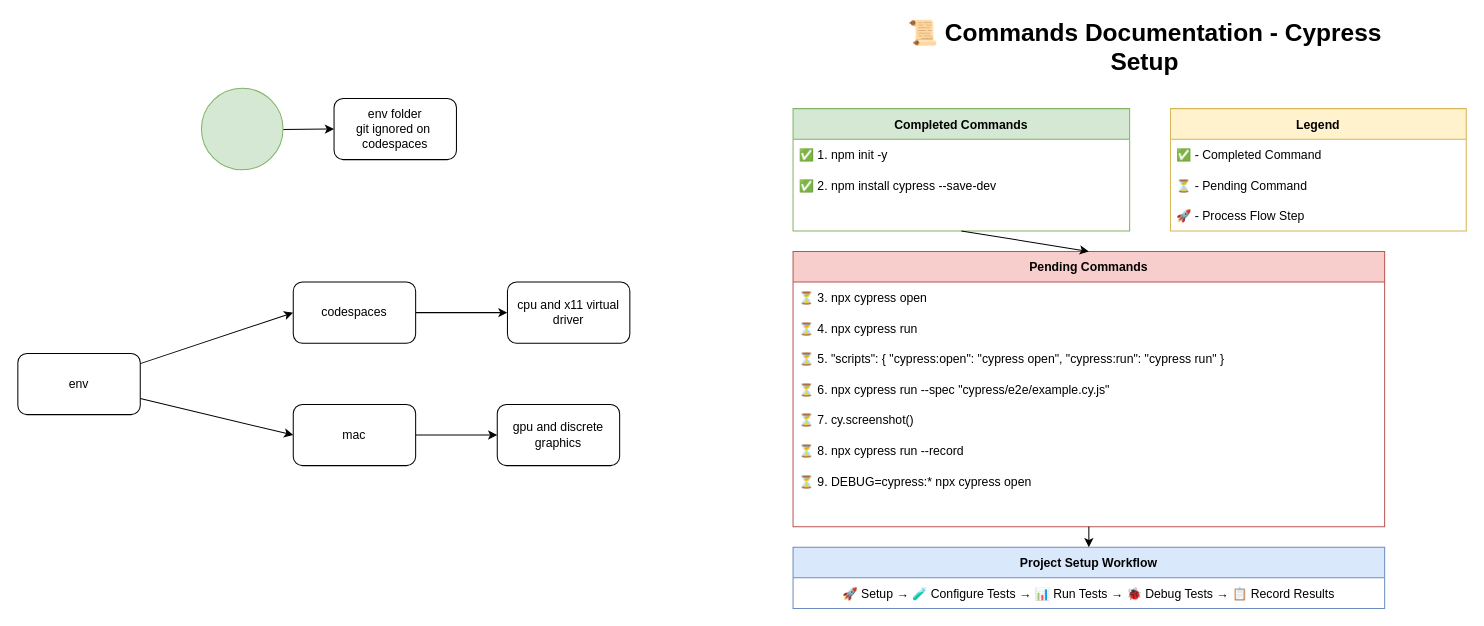
Before: 2_✈️_Journey/2.3.1_journey.drawio in JPHardy/Cypress, a draw.io diagram. Source tidied: cells renumbered, new cells numbered last; positions are measured from the earlier drawing's top-left corner, leaving out a move shared by most shapes. Both pictures are drawn from the tidied source at 102%, with x=0, y=0 at pixel (17, 27).
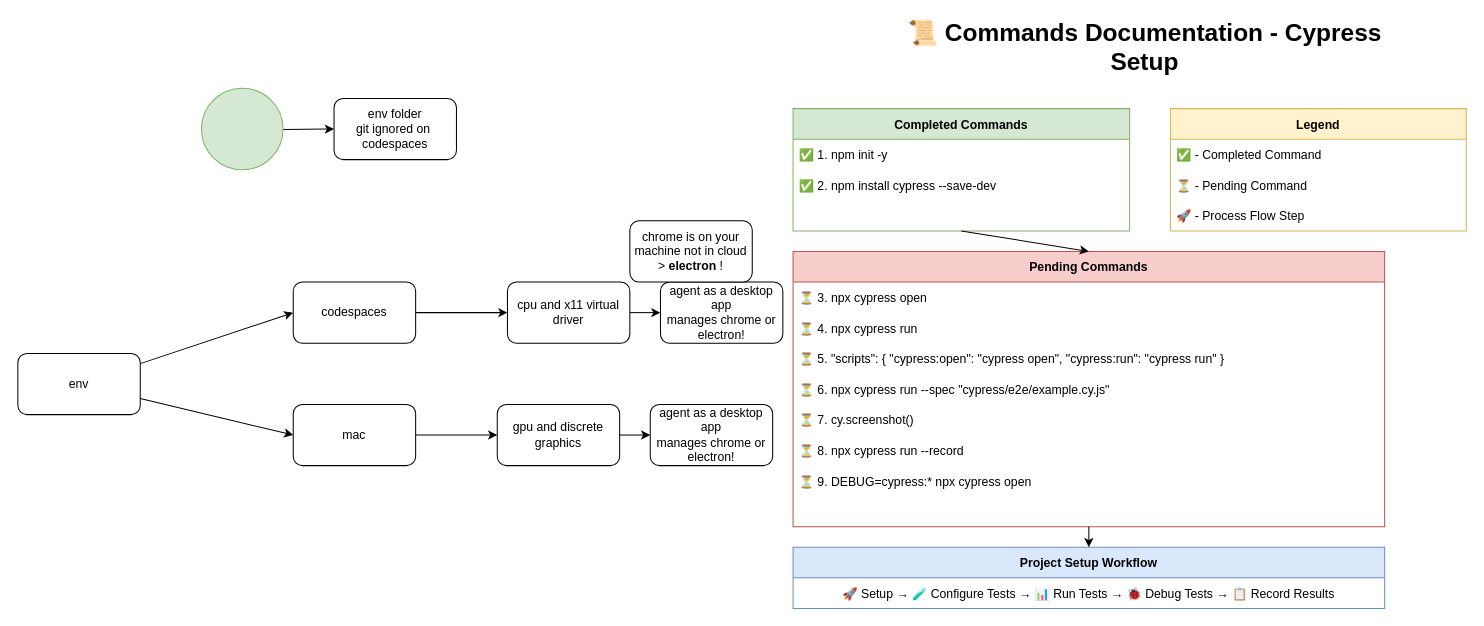
The same page after the edit.

Commit message (it also covers changes not shown here):
Add Cypress testing guide for Electron vs Chrome and update Windows tutorial prerequisites

Unchanged cells that the change refers to:
```xml
<mxCell id="32" value="gpu and discrete graphics" style="rounded=1;whiteSpace=wrap;html=1;" parent="1" vertex="1">
  <mxGeometry x="470" y="370" width="120" height="60" as="geometry" />
</mxCell>
<mxCell id="33" value="cpu and x11 virtual driver" style="rounded=1;whiteSpace=wrap;html=1;" parent="1" vertex="1">
  <mxGeometry x="480" y="250" width="120" height="60" as="geometry" />
</mxCell>
```

The edit, as a diff of the source:
```diff
@@
+    <mxCell id="34" style="edgeStyle=none;html=1;" parent="1" edge="1" source="32" target="36">
+      <mxGeometry relative="1" as="geometry" />
+    </mxCell>
@@
+    <mxCell id="35" style="edgeStyle=none;html=1;entryX=0;entryY=0.5;entryDx=0;entryDy=0;" parent="1" edge="1" source="33" target="37">
+      <mxGeometry relative="1" as="geometry" />
+    </mxCell>
@@
+    <mxCell id="36" value="agent as a desktop app&lt;div&gt;manages chrome or electron!&lt;/div&gt;" style="rounded=1;whiteSpace=wrap;html=1;" parent="1" vertex="1">
+      <mxGeometry x="620" y="370" width="120" height="60" as="geometry" />
+    </mxCell>
+    <mxCell id="37" value="agent as a desktop app&lt;div&gt;manages chrome or electron!&lt;/div&gt;" style="rounded=1;whiteSpace=wrap;html=1;" parent="1" vertex="1">
+      <mxGeometry x="630" y="250" width="120" height="60" as="geometry" />
+    </mxCell>
+    <mxCell id="38" value="chrome is on your machine not in cloud &amp;gt; &lt;b&gt;electron&lt;/b&gt; !" style="rounded=1;whiteSpace=wrap;html=1;" parent="1" vertex="1">
+      <mxGeometry x="600" y="190" width="120" height="60" as="geometry" />
+    </mxCell>
```
